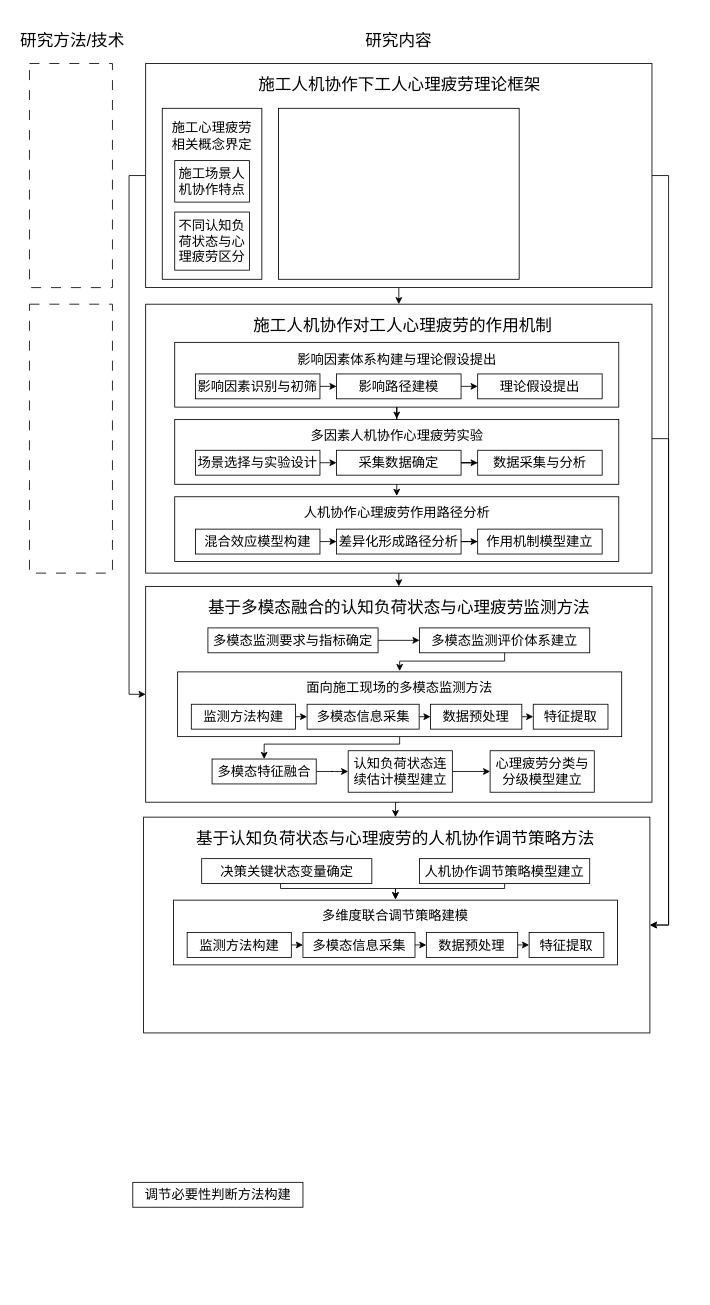
Before: 未命名绘图.drawio in Jxx5525/draw, a draw.io diagram. Source tidied: cells renumbered, new cells numbered last; positions are measured from the earlier drawing's top-left corner, leaving out a move shared by most shapes. Both pictures are drawn from the tidied source at 83%, with x=0, y=0 at pixel (14, 14).
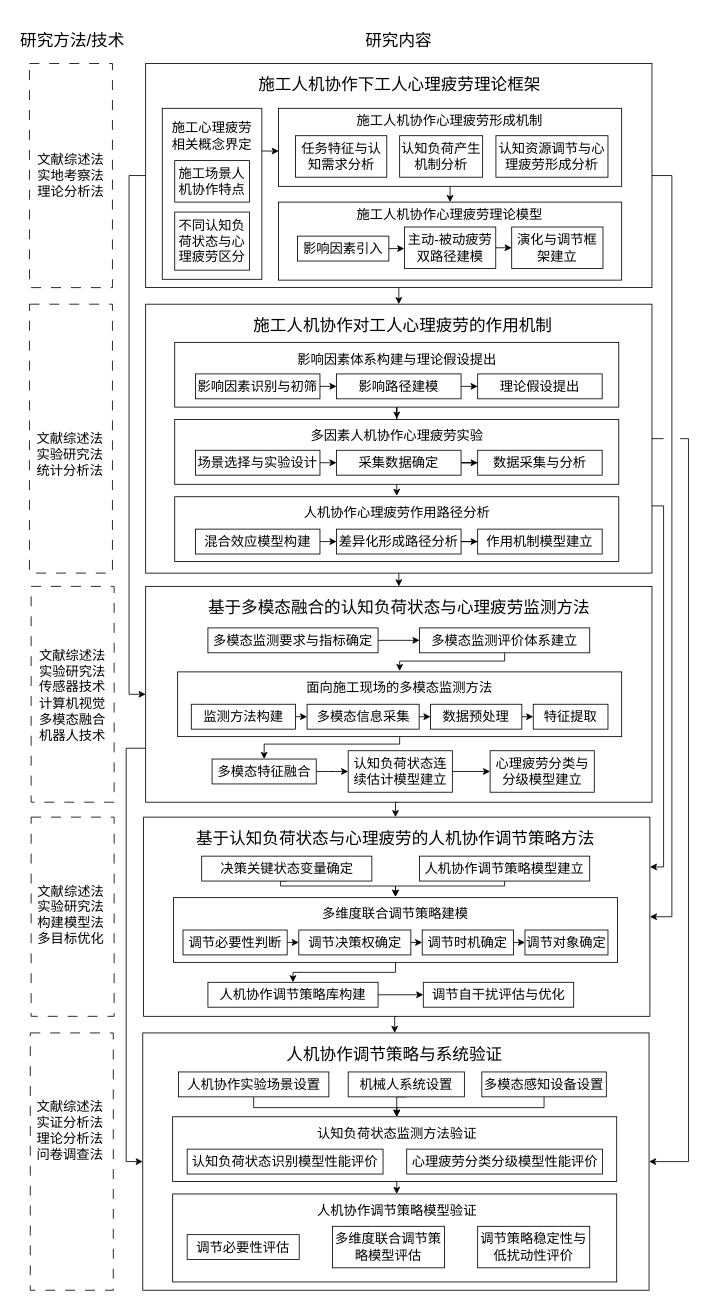
The same diagram, later.

Commit message (it also covers changes not shown here):
更新未命名绘图.drawio

The change refers to these unchanged cells:
```xml
<mxCell id="5" style="rounded=0;whiteSpace=wrap;html=1;" parent="1" vertex="1">
  <mxGeometry x="158" y="59" width="610" height="270" as="geometry" />
</mxCell>
<mxCell id="10" style="rounded=0;whiteSpace=wrap;html=1;" parent="1" vertex="1">
  <mxGeometry x="178" y="113" width="120" height="206" as="geometry" />
</mxCell>
<mxCell id="17" style="rounded=0;whiteSpace=wrap;html=1;" parent="1" vertex="1">
  <mxGeometry x="158" y="349" width="610" height="324" as="geometry" />
</mxCell>
<mxCell id="44" style="rounded=0;whiteSpace=wrap;html=1;" parent="1" vertex="1">
  <mxGeometry x="158" y="689" width="610" height="260" as="geometry" />
</mxCell>
```

Diff of the diagram source:
```diff
@@
     <mxCell id="4" style="edgeStyle=orthogonalEdgeStyle;rounded=0;jettySize=auto;html=1;exitX=1;exitY=0.5;exitDx=0;exitDy=0;entryX=1;entryY=0.5;entryDx=0;entryDy=0;" parent="1" edge="1" source="5" target="65">
-      <mxGeometry relative="1" as="geometry" />
+      <mxGeometry relative="1" as="geometry">
+        <Array as="points">
+          <mxPoint x="792" y="194" />
+          <mxPoint x="792" y="1087" />
+        </Array>
+      </mxGeometry>
     </mxCell>
@@
+    <mxCell id="81" style="edgeStyle=orthogonalEdgeStyle;rounded=0;jettySize=auto;html=1;exitX=0.5;exitY=1;exitDx=0;exitDy=0;entryX=0.5;entryY=0;entryDx=0;entryDy=0;" parent="1" edge="1" source="14" target="119">
+      <mxGeometry relative="1" as="geometry" />
+    </mxCell>
     <mxCell id="14" style="rounded=0;whiteSpace=wrap;html=1;" parent="1" vertex="1">
-      <mxGeometry x="318" y="113" width="290" height="206" as="geometry" />
+      <mxGeometry x="318" y="113" width="413.5" height="94" as="geometry" />
     </mxCell>
-    <mxCell id="15" style="edgeStyle=orthogonalEdgeStyle;rounded=0;jettySize=auto;html=1;exitX=1;exitY=0.5;exitDx=0;exitDy=0;entryX=1;entryY=0.5;entryDx=0;entryDy=0;" parent="1" edge="1" source="17" target="65">
-      <mxGeometry relative="1" as="geometry" />
-    </mxCell>
@@
+    <mxCell id="82" style="edgeStyle=orthogonalEdgeStyle;rounded=0;jettySize=auto;html=1;exitX=1;exitY=0.5;exitDx=0;exitDy=0;endArrow=none;endFill=0;" parent="1" edge="1" source="17">
+      <mxGeometry relative="1" as="geometry">
+        <mxPoint x="782" y="511" as="targetPoint" />
+      </mxGeometry>
+    </mxCell>
@@
+    <mxCell id="83" style="edgeStyle=orthogonalEdgeStyle;rounded=0;jettySize=auto;html=1;exitX=0;exitY=0.75;exitDx=0;exitDy=0;entryX=0;entryY=0.5;entryDx=0;entryDy=0;" parent="1" edge="1" source="44" target="94">
+      <mxGeometry relative="1" as="geometry" />
+    </mxCell>
@@
+    <mxCell id="84" style="edgeStyle=orthogonalEdgeStyle;rounded=0;jettySize=auto;html=1;exitX=0.5;exitY=1;exitDx=0;exitDy=0;entryX=0.5;entryY=0;entryDx=0;entryDy=0;" parent="1" edge="1" source="65" target="95">
+      <mxGeometry relative="1" as="geometry" />
+    </mxCell>
     <mxCell id="65" style="rounded=0;whiteSpace=wrap;html=1;" parent="1" vertex="1">
-      <mxGeometry x="155.5" y="967" width="610" height="260" as="geometry" />
+      <mxGeometry x="155.5" y="967" width="610" height="240" as="geometry" />
     </mxCell>
@@
     <mxCell id="67" style="edgeStyle=orthogonalEdgeStyle;rounded=0;jettySize=auto;html=1;exitX=0.5;exitY=1;exitDx=0;exitDy=0;" parent="1" edge="1" source="68" target="72">
       <mxGeometry relative="1" as="geometry">
         <Array as="points">
-          <mxPoint x="320.5" y="1053" />
-          <mxPoint x="459" y="1053" />
+          <mxPoint x="320.5" y="1050" />
+          <mxPoint x="459" y="1050" />
         </Array>
       </mxGeometry>
     </mxCell>
     <mxCell id="68" value="决策关键状态变量确定" style="rounded=0;whiteSpace=wrap;html=1;fontSize=16;" parent="1" vertex="1">
-      <mxGeometry x="225.5" y="1017" width="205" height="30" as="geometry" />
+      <mxGeometry x="225.5" y="1014" width="205" height="30" as="geometry" />
     </mxCell>
     <mxCell id="69" style="edgeStyle=orthogonalEdgeStyle;rounded=0;jettySize=auto;html=1;exitX=0.5;exitY=1;exitDx=0;exitDy=0;entryX=0.5;entryY=0;entryDx=0;entryDy=0;" parent="1" edge="1" source="70" target="72">
       <mxGeometry relative="1" as="geometry">
         <Array as="points">
-          <mxPoint x="590.5" y="1053" />
-          <mxPoint x="459" y="1053" />
+          <mxPoint x="590.5" y="1050" />
+          <mxPoint x="459" y="1050" />
         </Array>
       </mxGeometry>
     </mxCell>
     <mxCell id="70" value="人机协作调节策略模型建立" style="rounded=0;whiteSpace=wrap;html=1;fontSize=16;" parent="1" vertex="1">
-      <mxGeometry x="488" y="1017" width="205" height="30" as="geometry" />
+      <mxGeometry x="488" y="1014" width="205" height="30" as="geometry" />
     </mxCell>
+    <mxCell id="85" style="edgeStyle=orthogonalEdgeStyle;rounded=0;jettySize=auto;html=1;exitX=0.5;exitY=1;exitDx=0;exitDy=0;entryX=0.5;entryY=0;entryDx=0;entryDy=0;" parent="1" edge="1" source="71" target="80">
+      <mxGeometry relative="1" as="geometry">
+        <Array as="points">
+          <mxPoint x="459" y="1154" />
+          <mxPoint x="335.5" y="1154" />
+        </Array>
+      </mxGeometry>
+    </mxCell>
     <mxCell id="71" style="rounded=0;whiteSpace=wrap;html=1;" parent="1" vertex="1">
-      <mxGeometry x="191.5" y="1067" width="535" height="78" as="geometry" />
+      <mxGeometry x="191.5" y="1064" width="535" height="78" as="geometry" />
     </mxCell>
     <mxCell id="72" value="多维度联合调节策略建模" style="rounded=0;whiteSpace=wrap;html=1;fontSize=16;fillColor=none;strokeColor=none;" parent="1" vertex="1">
-      <mxGeometry x="324" y="1066" width="270" height="40" as="geometry" />
+      <mxGeometry x="324" y="1063" width="270" height="40" as="geometry" />
     </mxCell>
@@
-    <mxCell id="74" value="多模态信息采集" style="rounded=0;whiteSpace=wrap;html=1;fontSize=16;" parent="1" vertex="1">
-      <mxGeometry x="347.5" y="1106" width="135" height="30" as="geometry" />
+    <mxCell id="74" value="调节决策权确定" style="rounded=0;whiteSpace=wrap;html=1;fontSize=16;" parent="1" vertex="1">
+      <mxGeometry x="342.5" y="1103" width="135" height="30" as="geometry" />
     </mxCell>
@@
-    <mxCell id="76" value="数据预处理" style="rounded=0;whiteSpace=wrap;html=1;fontSize=16;" parent="1" vertex="1">
-      <mxGeometry x="496.2" y="1106" width="110" height="30" as="geometry" />
+    <mxCell id="76" value="调节时机确定" style="rounded=0;whiteSpace=wrap;html=1;fontSize=16;" parent="1" vertex="1">
+      <mxGeometry x="491.2" y="1103" width="110" height="30" as="geometry" />
     </mxCell>
-    <mxCell id="77" value="特征提取" style="rounded=0;whiteSpace=wrap;html=1;fontSize=16;" parent="1" vertex="1">
-      <mxGeometry x="620" y="1106" width="90" height="30" as="geometry" />
+    <mxCell id="77" value="调节对象确定" style="rounded=0;whiteSpace=wrap;html=1;fontSize=16;" parent="1" vertex="1">
+      <mxGeometry x="615" y="1103" width="100" height="30" as="geometry" />
     </mxCell>
@@
-    <mxCell id="79" value="监测方法构建" style="rounded=0;whiteSpace=wrap;html=1;fontSize=16;" parent="1" vertex="1">
-      <mxGeometry x="208" y="1106" width="125.5" height="30" as="geometry" />
+    <mxCell id="79" value="调节必要性判断" style="rounded=0;whiteSpace=wrap;html=1;fontSize=16;" parent="1" vertex="1">
+      <mxGeometry x="203" y="1103" width="125.5" height="30" as="geometry" />
     </mxCell>
+    <mxCell id="86" style="edgeStyle=orthogonalEdgeStyle;rounded=0;jettySize=auto;html=1;exitX=1;exitY=0.5;exitDx=0;exitDy=0;" parent="1" edge="1" source="80" target="87">
+      <mxGeometry relative="1" as="geometry" />
+    </mxCell>
-    <mxCell id="80" value="调节必要性判断方法构建" style="rounded=0;whiteSpace=wrap;html=1;fontSize=16;" parent="1" vertex="1">
-      <mxGeometry x="142.5" y="1407" width="205" height="30" as="geometry" />
+    <mxCell id="80" value="人机协作调节策略库构建" style="rounded=0;whiteSpace=wrap;html=1;fontSize=16;" parent="1" vertex="1">
+      <mxGeometry x="233" y="1166" width="205" height="30" as="geometry" />
     </mxCell>
+    <mxCell id="87" value="调节自干扰评估与优化" style="rounded=0;whiteSpace=wrap;html=1;fontSize=16;" parent="1" vertex="1">
+      <mxGeometry x="492.5" y="1166" width="181.2" height="30" as="geometry" />
+    </mxCell>
+    <mxCell id="88" style="rounded=0;whiteSpace=wrap;html=1;dashed=1;dashPattern=12 12;" parent="1" vertex="1">
+      <mxGeometry x="20" y="689" width="100" height="260" as="geometry" />
+    </mxCell>
+    <mxCell id="89" style="rounded=0;whiteSpace=wrap;html=1;dashed=1;dashPattern=12 12;" parent="1" vertex="1">
+      <mxGeometry x="20" y="967" width="100" height="240" as="geometry" />
+    </mxCell>
+    <mxCell id="90" value="文献综述法&lt;div&gt;实验研究法&lt;/div&gt;&lt;div&gt;统计分析法&lt;/div&gt;" style="rounded=0;whiteSpace=wrap;html=1;fontSize=16;fontColor=default;fillColor=none;strokeColor=none;" parent="1" vertex="1">
+      <mxGeometry x="12" y="500" width="110" height="60" as="geometry" />
+    </mxCell>
+    <mxCell id="91" value="文献综述法&lt;div&gt;实地考察法&lt;/div&gt;&lt;div&gt;理论分析法&lt;/div&gt;" style="rounded=0;whiteSpace=wrap;html=1;fontSize=16;fontColor=default;fillColor=none;strokeColor=none;" parent="1" vertex="1">
+      <mxGeometry x="13" y="164" width="110" height="60" as="geometry" />
+    </mxCell>
+    <mxCell id="92" value="文献综述法&lt;div&gt;实验研究法&lt;/div&gt;&lt;div&gt;传感器技术&lt;/div&gt;&lt;div&gt;计算机视觉&lt;/div&gt;&lt;div&gt;多模态融合&lt;/div&gt;&lt;div&gt;机器人技术&lt;/div&gt;" style="rounded=0;whiteSpace=wrap;html=1;fontSize=16;fontColor=default;fillColor=none;strokeColor=none;" parent="1" vertex="1">
+      <mxGeometry x="15" y="753" width="110" height="134" as="geometry" />
+    </mxCell>
+    <mxCell id="93" value="文献综述法&lt;div&gt;实验研究法&lt;/div&gt;&lt;div&gt;构建模型法&lt;/div&gt;&lt;div&gt;多目标优化&lt;/div&gt;&lt;div&gt;&lt;br&gt;&lt;/div&gt;" style="rounded=0;whiteSpace=wrap;html=1;fontSize=16;fontColor=default;fillColor=none;strokeColor=none;" parent="1" vertex="1">
+      <mxGeometry x="13" y="1027" width="110" height="134" as="geometry" />
+    </mxCell>
+    <mxCell id="94" style="rounded=0;whiteSpace=wrap;html=1;" parent="1" vertex="1">
+      <mxGeometry x="154.5" y="1227" width="610" height="310" as="geometry" />
+    </mxCell>
+    <mxCell id="95" value="&lt;div&gt;&lt;span style=&quot;font-size: 20px;&quot;&gt;人机协作调节策略与系统验证&lt;/span&gt;&lt;/div&gt;" style="rounded=0;whiteSpace=wrap;html=1;strokeColor=none;fillColor=none;" parent="1" vertex="1">
+      <mxGeometry x="212" y="1227" width="492" height="50" as="geometry" />
+    </mxCell>
+    <mxCell id="96" style="edgeStyle=orthogonalEdgeStyle;rounded=0;jettySize=auto;html=1;exitX=0.5;exitY=1;exitDx=0;exitDy=0;entryX=0.5;entryY=0;entryDx=0;entryDy=0;" parent="1" edge="1" source="97" target="105">
+      <mxGeometry relative="1" as="geometry">
+        <Array as="points">
+          <mxPoint x="288.1" y="1317" />
+          <mxPoint x="460.5" y="1317" />
+        </Array>
+      </mxGeometry>
+    </mxCell>
+    <mxCell id="97" value="人机协作实验场景设置" style="rounded=0;whiteSpace=wrap;html=1;fontSize=16;" parent="1" vertex="1">
+      <mxGeometry x="197.5" y="1274" width="181.2" height="30" as="geometry" />
+    </mxCell>
+    <mxCell id="98" style="rounded=0;whiteSpace=wrap;html=1;dashed=1;dashPattern=12 12;" parent="1" vertex="1">
+      <mxGeometry x="19" y="1227" width="100" height="310" as="geometry" />
+    </mxCell>
+    <mxCell id="99" value="文献综述法&lt;div&gt;实证分析法&lt;/div&gt;&lt;div&gt;理论分析法&lt;/div&gt;&lt;div&gt;问卷调查法&lt;/div&gt;&lt;div&gt;&lt;br&gt;&lt;/div&gt;" style="rounded=0;whiteSpace=wrap;html=1;fontSize=16;fontColor=default;fillColor=none;strokeColor=none;" parent="1" vertex="1">
+      <mxGeometry x="12" y="1287" width="110" height="134" as="geometry" />
+    </mxCell>
+    <mxCell id="100" style="edgeStyle=orthogonalEdgeStyle;rounded=0;jettySize=auto;html=1;exitX=0.5;exitY=1;exitDx=0;exitDy=0;entryX=0.5;entryY=0;entryDx=0;entryDy=0;" parent="1" edge="1" source="101" target="105">
+      <mxGeometry relative="1" as="geometry" />
+    </mxCell>
+    <mxCell id="101" value="机械人系统设置" style="rounded=0;whiteSpace=wrap;html=1;fontSize=16;" parent="1" vertex="1">
+      <mxGeometry x="402" y="1274" width="140" height="30" as="geometry" />
+    </mxCell>
+    <mxCell id="102" value="多模态感知设备设置" style="rounded=0;whiteSpace=wrap;html=1;fontSize=16;" parent="1" vertex="1">
+      <mxGeometry x="563" y="1274" width="150" height="30" as="geometry" />
+    </mxCell>
+    <mxCell id="103" style="edgeStyle=orthogonalEdgeStyle;rounded=0;jettySize=auto;html=1;exitX=0.5;exitY=1;exitDx=0;exitDy=0;entryX=0.5;entryY=0;entryDx=0;entryDy=0;" parent="1" edge="1" source="104" target="111">
+      <mxGeometry relative="1" as="geometry" />
+    </mxCell>
+    <mxCell id="104" style="rounded=0;whiteSpace=wrap;html=1;" parent="1" vertex="1">
+      <mxGeometry x="190.5" y="1328" width="535" height="78" as="geometry" />
+    </mxCell>
+    <mxCell id="105" value="认知负荷状态监测方法验证" style="rounded=0;whiteSpace=wrap;html=1;fontSize=16;fillColor=none;strokeColor=none;" parent="1" vertex="1">
+      <mxGeometry x="325.5" y="1328" width="270" height="40" as="geometry" />
+    </mxCell>
+    <mxCell id="106" value="心理疲劳分类分级模型性能评价" style="rounded=0;whiteSpace=wrap;html=1;fontSize=16;" parent="1" vertex="1">
+      <mxGeometry x="472.5" y="1367" width="236" height="30" as="geometry" />
+    </mxCell>
+    <mxCell id="107" value="认知负荷状态识别模型性能评价" style="rounded=0;whiteSpace=wrap;html=1;fontSize=16;" parent="1" vertex="1">
+      <mxGeometry x="208" y="1367" width="236" height="30" as="geometry" />
+    </mxCell>
+    <mxCell id="108" style="edgeStyle=orthogonalEdgeStyle;rounded=0;jettySize=auto;html=1;exitX=0.5;exitY=1;exitDx=0;exitDy=0;" parent="1" edge="1" source="102" target="105">
+      <mxGeometry relative="1" as="geometry">
+        <Array as="points">
+          <mxPoint x="638" y="1317" />
+          <mxPoint x="460.5" y="1317" />
+        </Array>
+      </mxGeometry>
+    </mxCell>
+    <mxCell id="109" style="rounded=0;whiteSpace=wrap;html=1;" parent="1" vertex="1">
+      <mxGeometry x="190.5" y="1421" width="535" height="106" as="geometry" />
+    </mxCell>
+    <mxCell id="110" value="调节必要性评估" style="rounded=0;whiteSpace=wrap;html=1;fontSize=16;" parent="1" vertex="1">
+      <mxGeometry x="208" y="1470" width="135" height="30" as="geometry" />
+    </mxCell>
+    <mxCell id="111" value="人机协作调节策略模型验证" style="rounded=0;whiteSpace=wrap;html=1;fontSize=16;fillColor=none;strokeColor=none;" parent="1" vertex="1">
+      <mxGeometry x="325.5" y="1421" width="270" height="40" as="geometry" />
+    </mxCell>
+    <mxCell id="112" value="多维度联合调节策略模型评估" style="rounded=0;whiteSpace=wrap;html=1;fontSize=16;" parent="1" vertex="1">
+      <mxGeometry x="383" y="1460" width="135" height="50" as="geometry" />
+    </mxCell>
+    <mxCell id="113" value="调节策略稳定性与低扰动性评价" style="rounded=0;whiteSpace=wrap;html=1;fontSize=16;" parent="1" vertex="1">
+      <mxGeometry x="558" y="1460" width="135" height="50" as="geometry" />
+    </mxCell>
+    <mxCell id="15" style="edgeStyle=orthogonalEdgeStyle;rounded=0;jettySize=auto;html=1;exitX=1;exitY=0.75;exitDx=0;exitDy=0;entryX=1;entryY=0.25;entryDx=0;entryDy=0;" parent="1" edge="1" source="17" target="65">
+      <mxGeometry relative="1" as="geometry">
+        <Array as="points">
+          <mxPoint x="782" y="592" />
+          <mxPoint x="782" y="1027" />
+        </Array>
+      </mxGeometry>
+    </mxCell>
+    <mxCell id="114" style="edgeStyle=orthogonalEdgeStyle;rounded=0;jettySize=auto;html=1;entryX=1;entryY=0.5;entryDx=0;entryDy=0;" parent="1" edge="1" target="94">
+      <mxGeometry relative="1" as="geometry">
+        <mxPoint x="802" y="511" as="sourcePoint" />
+        <Array as="points">
+          <mxPoint x="812" y="511" />
+          <mxPoint x="812" y="1382" />
+        </Array>
+      </mxGeometry>
+    </mxCell>
+    <mxCell id="115" value="施工人机协作心理疲劳形成机制" style="rounded=0;whiteSpace=wrap;html=1;fontSize=16;fontColor=default;fillColor=none;strokeColor=none;" parent="1" vertex="1">
+      <mxGeometry x="410.2" y="113" width="229" height="30" as="geometry" />
+    </mxCell>
+    <mxCell id="116" value="任务特征与认知需求分析" style="rounded=0;whiteSpace=wrap;html=1;fontSize=16;" parent="1" vertex="1">
+      <mxGeometry x="338.5" y="146" width="110" height="50" as="geometry" />
+    </mxCell>
+    <mxCell id="117" value="认知负荷产生机制分析" style="rounded=0;whiteSpace=wrap;html=1;fontSize=16;" parent="1" vertex="1">
+      <mxGeometry x="464" y="146" width="100" height="50" as="geometry" />
+    </mxCell>
+    <mxCell id="118" value="认知资源调节与心理疲劳形成分析" style="rounded=0;whiteSpace=wrap;html=1;fontSize=16;" parent="1" vertex="1">
+      <mxGeometry x="580" y="146" width="135" height="50" as="geometry" />
+    </mxCell>
+    <mxCell id="119" style="rounded=0;whiteSpace=wrap;html=1;" parent="1" vertex="1">
+      <mxGeometry x="318" y="226" width="413.5" height="94" as="geometry" />
+    </mxCell>
+    <mxCell id="120" style="edgeStyle=orthogonalEdgeStyle;rounded=0;jettySize=auto;html=1;exitX=1;exitY=0.25;exitDx=0;exitDy=0;entryX=0.001;entryY=0.551;entryDx=0;entryDy=0;entryPerimeter=0;" parent="1" edge="1" source="10" target="14">
+      <mxGeometry relative="1" as="geometry" />
+    </mxCell>
+    <mxCell id="121" value="施工人机协作心理疲劳理论模型" style="rounded=0;whiteSpace=wrap;html=1;fontSize=16;fontColor=default;fillColor=none;strokeColor=none;" parent="1" vertex="1">
+      <mxGeometry x="410.2" y="226" width="229" height="30" as="geometry" />
+    </mxCell>
+    <mxCell id="122" value="影响因素引入" style="rounded=0;whiteSpace=wrap;html=1;fontSize=16;" parent="1" vertex="1">
+      <mxGeometry x="341" y="267" width="110" height="30" as="geometry" />
+    </mxCell>
+    <mxCell id="123" style="edgeStyle=orthogonalEdgeStyle;rounded=0;jettySize=auto;html=1;exitX=1;exitY=0.5;exitDx=0;exitDy=0;entryX=0;entryY=0.5;entryDx=0;entryDy=0;" parent="1" edge="1" source="124" target="125">
+      <mxGeometry relative="1" as="geometry" />
+    </mxCell>
+    <mxCell id="124" value="主动-被动疲劳双路径建模" style="rounded=0;whiteSpace=wrap;html=1;fontSize=16;" parent="1" vertex="1">
+      <mxGeometry x="469.8" y="256" width="110" height="50" as="geometry" />
+    </mxCell>
+    <mxCell id="125" value="演化与调节框架建立" style="rounded=0;whiteSpace=wrap;html=1;fontSize=16;" parent="1" vertex="1">
+      <mxGeometry x="599" y="256" width="110" height="50" as="geometry" />
+    </mxCell>
+    <mxCell id="126" style="edgeStyle=orthogonalEdgeStyle;rounded=0;jettySize=auto;html=1;exitX=1;exitY=0.5;exitDx=0;exitDy=0;entryX=-0.002;entryY=0.529;entryDx=0;entryDy=0;entryPerimeter=0;" parent="1" edge="1" source="122" target="124">
+      <mxGeometry relative="1" as="geometry" />
+    </mxCell>
```
